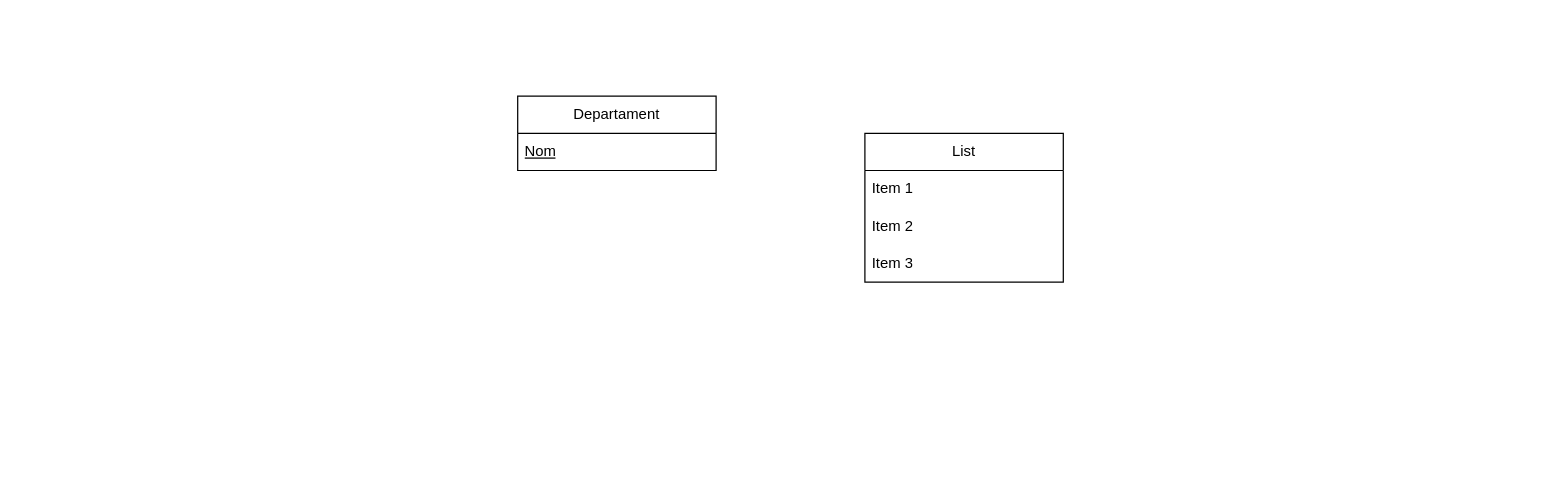
gxldnn/edt keeps this draw.io diagram as 0377-ASGBD (M10)/Projectes.drawio. Above is the earlier version. Source tidied: cells renumbered, new cells numbered last; positions are measured from the earlier drawing's top-left corner, leaving out a move shared by most shapes. Both pictures are drawn from the tidied source at 124%, with x=0, y=0 at pixel (517, 95).
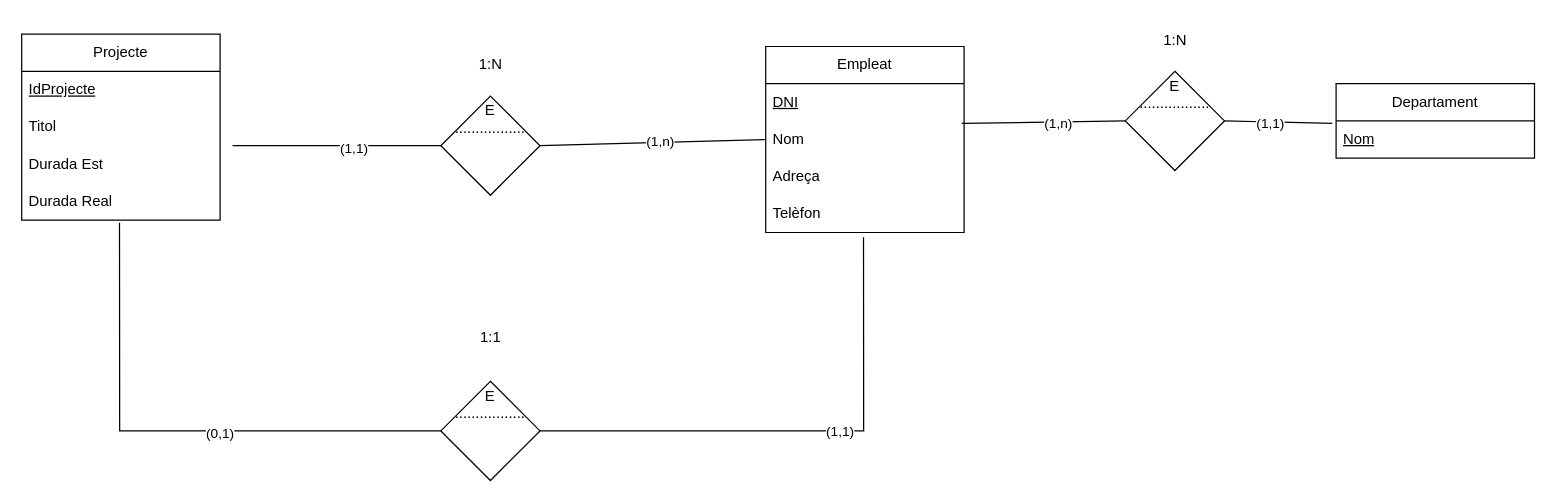
After the change.

Unchanged cells that the change refers to:
```xml
<mxCell id="3" value="&lt;u&gt;Nom&lt;/u&gt;" style="text;strokeColor=none;fillColor=none;align=left;verticalAlign=middle;spacingLeft=4;spacingRight=4;overflow=hidden;points=[[0,0.5],[1,0.5]];portConstraint=eastwest;whiteSpace=wrap;html=1;" parent="2" vertex="1">
  <mxGeometry y="30" width="160" height="30" as="geometry" />
</mxCell>
```

Change to the diagram source:
```diff
@@
     <mxCell id="2" value="Departament" style="swimlane;fontStyle=0;horizontal=1;startSize=30;whiteSpace=wrap;html=1;" parent="1" vertex="1">
-      <mxGeometry width="160" height="60" as="geometry" />
+      <mxGeometry x="660" y="-10" width="160" height="60" as="geometry" />
     </mxCell>
@@
-    <mxCell id="4" value="List" style="swimlane;fontStyle=0;horizontal=1;startSize=30;whiteSpace=wrap;html=1;" parent="1" vertex="1">
-      <mxGeometry x="280" y="30" width="160" height="120" as="geometry" />
+    <mxCell id="4" value="Empleat" style="swimlane;fontStyle=0;horizontal=1;startSize=30;whiteSpace=wrap;html=1;" parent="1" vertex="1">
+      <mxGeometry x="200" y="-40" width="160" height="150" as="geometry" />
     </mxCell>
-    <mxCell id="5" value="Item 1" style="text;strokeColor=none;fillColor=none;align=left;verticalAlign=middle;spacingLeft=4;spacingRight=4;overflow=hidden;points=[[0,0.5],[1,0.5]];portConstraint=eastwest;whiteSpace=wrap;html=1;" parent="4" vertex="1">
+    <mxCell id="5" value="&lt;u&gt;DNI&lt;/u&gt;" style="text;strokeColor=none;fillColor=none;align=left;verticalAlign=middle;spacingLeft=4;spacingRight=4;overflow=hidden;points=[[0,0.5],[1,0.5]];portConstraint=eastwest;whiteSpace=wrap;html=1;" parent="4" vertex="1">
       <mxGeometry y="30" width="160" height="30" as="geometry" />
     </mxCell>
-    <mxCell id="6" value="Item 2" style="text;strokeColor=none;fillColor=none;align=left;verticalAlign=middle;spacingLeft=4;spacingRight=4;overflow=hidden;points=[[0,0.5],[1,0.5]];portConstraint=eastwest;whiteSpace=wrap;html=1;" parent="4" vertex="1">
+    <mxCell id="6" value="Nom" style="text;strokeColor=none;fillColor=none;align=left;verticalAlign=middle;spacingLeft=4;spacingRight=4;overflow=hidden;points=[[0,0.5],[1,0.5]];portConstraint=eastwest;whiteSpace=wrap;html=1;" parent="4" vertex="1">
       <mxGeometry y="60" width="160" height="30" as="geometry" />
     </mxCell>
-    <mxCell id="7" value="Item 3" style="text;strokeColor=none;fillColor=none;align=left;verticalAlign=middle;spacingLeft=4;spacingRight=4;overflow=hidden;whiteSpace=wrap;html=1;" parent="4" vertex="1">
+    <mxCell id="7" value="Adreça" style="text;strokeColor=none;fillColor=none;align=left;verticalAlign=middle;spacingLeft=4;spacingRight=4;overflow=hidden;whiteSpace=wrap;html=1;" parent="4" vertex="1">
       <mxGeometry y="90" width="160" height="30" as="geometry" />
     </mxCell>
+    <mxCell id="8" value="Telèfon" style="text;strokeColor=none;fillColor=none;align=left;verticalAlign=middle;spacingLeft=4;spacingRight=4;overflow=hidden;points=[[0,0.5],[1,0.5]];portConstraint=eastwest;whiteSpace=wrap;html=1;" parent="4" vertex="1">
+      <mxGeometry y="120" width="160" height="30" as="geometry" />
+    </mxCell>
+    <mxCell id="9" style="endArrow=none;html=1;rounded=0;exitX=0.988;exitY=1.067;exitDx=0;exitDy=0;exitPerimeter=0;entryX=0;entryY=0.5;entryDx=0;entryDy=0;" parent="1" edge="1" source="5" target="14">
+      <mxGeometry relative="1" as="geometry" />
+    </mxCell>
+    <mxCell id="10" value="(1,n)" style="edgeLabel;html=1;align=center;verticalAlign=middle;" parent="9" vertex="1">
+      <mxGeometry x="0.16" y="-1" relative="1" as="geometry" />
+    </mxCell>
+    <mxCell id="11" style="endArrow=none;html=1;rounded=0;exitX=-0.019;exitY=0.067;exitDx=0;exitDy=0;exitPerimeter=0;" parent="1" edge="1" source="3">
+      <mxGeometry relative="1" as="geometry">
+        <mxPoint x="570" y="20" as="targetPoint" />
+      </mxGeometry>
+    </mxCell>
+    <mxCell id="12" value="(1,1)" style="edgeLabel;html=1;align=center;verticalAlign=middle;" parent="11" vertex="1">
+      <mxGeometry x="-0.24" relative="1" as="geometry">
+        <mxPoint x="-17" as="offset" />
+      </mxGeometry>
+    </mxCell>
+    <mxCell id="13" style="group;" parent="1" vertex="1">
+      <mxGeometry x="490" y="-60" width="80" height="120" as="geometry" />
+    </mxCell>
+    <mxCell id="14" value="E&lt;div&gt;.................&lt;/div&gt;&lt;div&gt;&lt;br&gt;&lt;/div&gt;&lt;div&gt;&lt;br&gt;&lt;/div&gt;&lt;div&gt;&lt;br&gt;&lt;/div&gt;" style="rhombus;whiteSpace=wrap;html=1;" parent="13" vertex="1">
+      <mxGeometry y="40" width="80" height="80" as="geometry" />
+    </mxCell>
+    <mxCell id="15" value="1:N" style="text;html=1;align=center;verticalAlign=middle;strokeColor=none;fillColor=none;" parent="13" vertex="1">
+      <mxGeometry x="20" width="40" height="30" as="geometry" />
+    </mxCell>
+    <mxCell id="16" value="Projecte" style="swimlane;fontStyle=0;horizontal=1;startSize=30;whiteSpace=wrap;html=1;" parent="1" vertex="1">
+      <mxGeometry x="-400" y="-50" width="160" height="150" as="geometry" />
+    </mxCell>
+    <mxCell id="17" value="&lt;u&gt;IdProjecte&lt;/u&gt;" style="text;strokeColor=none;fillColor=none;align=left;verticalAlign=middle;spacingLeft=4;spacingRight=4;overflow=hidden;whiteSpace=wrap;html=1;" parent="16" vertex="1">
+      <mxGeometry y="30" width="160" height="30" as="geometry" />
+    </mxCell>
+    <mxCell id="18" value="Titol" style="text;strokeColor=none;fillColor=none;align=left;verticalAlign=middle;spacingLeft=4;spacingRight=4;overflow=hidden;points=[[0,0.5],[1,0.5]];portConstraint=eastwest;whiteSpace=wrap;html=1;" parent="16" vertex="1">
+      <mxGeometry y="60" width="160" height="30" as="geometry" />
+    </mxCell>
+    <mxCell id="19" value="Durada Est" style="text;strokeColor=none;fillColor=none;align=left;verticalAlign=middle;spacingLeft=4;spacingRight=4;overflow=hidden;whiteSpace=wrap;html=1;" parent="16" vertex="1">
+      <mxGeometry y="90" width="160" height="30" as="geometry" />
+    </mxCell>
+    <mxCell id="20" value="Durada Real" style="text;strokeColor=none;fillColor=none;align=left;verticalAlign=middle;spacingLeft=4;spacingRight=4;overflow=hidden;points=[[0,0.5],[1,0.5]];portConstraint=eastwest;whiteSpace=wrap;html=1;" parent="16" vertex="1">
+      <mxGeometry y="120" width="160" height="30" as="geometry" />
+    </mxCell>
+    <mxCell id="21" style="endArrow=none;html=1;rounded=0;exitX=1.063;exitY=1;exitDx=0;exitDy=0;exitPerimeter=0;entryX=0;entryY=0.5;entryDx=0;entryDy=0;" parent="1" edge="1" source="18" target="25">
+      <mxGeometry relative="1" as="geometry" />
+    </mxCell>
+    <mxCell id="22" value="(1,1)" style="edgeLabel;html=1;align=center;verticalAlign=middle;" parent="21" vertex="1">
+      <mxGeometry x="0.16" y="-1" relative="1" as="geometry" />
+    </mxCell>
+    <mxCell id="23" style="endArrow=none;html=1;rounded=0;exitX=0;exitY=0.5;exitDx=0;exitDy=0;" parent="1" edge="1" source="6">
+      <mxGeometry relative="1" as="geometry">
+        <mxPoint x="18" y="40" as="targetPoint" />
+      </mxGeometry>
+    </mxCell>
+    <mxCell id="24" value="(1,n)" style="edgeLabel;html=1;align=center;verticalAlign=middle;" parent="23" vertex="1">
+      <mxGeometry x="-0.24" relative="1" as="geometry">
+        <mxPoint x="-17" as="offset" />
+      </mxGeometry>
+    </mxCell>
+    <mxCell id="25" value="E&lt;div&gt;.................&lt;/div&gt;&lt;div&gt;&lt;br&gt;&lt;/div&gt;&lt;div&gt;&lt;br&gt;&lt;/div&gt;&lt;div&gt;&lt;br&gt;&lt;/div&gt;" style="rhombus;whiteSpace=wrap;html=1;" parent="1" vertex="1">
+      <mxGeometry x="-62" width="80" height="80" as="geometry" />
+    </mxCell>
+    <mxCell id="26" value="1:N" style="text;html=1;align=center;verticalAlign=middle;strokeColor=none;fillColor=none;" parent="1" vertex="1">
+      <mxGeometry x="-42" y="-40" width="40" height="30" as="geometry" />
+    </mxCell>
+    <mxCell id="27" style="endArrow=none;html=1;rounded=0;exitX=0.493;exitY=1.068;exitDx=0;exitDy=0;exitPerimeter=0;entryX=0;entryY=0.5;entryDx=0;entryDy=0;" parent="1" edge="1" source="20" target="31">
+      <mxGeometry relative="1" as="geometry">
+        <Array as="points">
+          <mxPoint x="-321" y="270" />
+        </Array>
+      </mxGeometry>
+    </mxCell>
+    <mxCell id="28" value="(0,1)" style="edgeLabel;html=1;align=center;verticalAlign=middle;" parent="27" vertex="1">
+      <mxGeometry x="0.16" y="-1" relative="1" as="geometry" />
+    </mxCell>
+    <mxCell id="29" style="endArrow=none;html=1;rounded=0;exitX=0.493;exitY=1.125;exitDx=0;exitDy=0;exitPerimeter=0;entryX=1;entryY=0.5;entryDx=0;entryDy=0;" parent="1" edge="1" source="8" target="31">
+      <mxGeometry relative="1" as="geometry">
+        <Array as="points">
+          <mxPoint x="279" y="270" />
+        </Array>
+      </mxGeometry>
+    </mxCell>
+    <mxCell id="30" value="(1,1)" style="edgeLabel;html=1;align=center;verticalAlign=middle;" parent="29" vertex="1">
+      <mxGeometry x="-0.24" relative="1" as="geometry">
+        <mxPoint x="-17" as="offset" />
+      </mxGeometry>
+    </mxCell>
+    <mxCell id="31" value="E&lt;div&gt;.................&lt;/div&gt;&lt;div&gt;&lt;br&gt;&lt;/div&gt;&lt;div&gt;&lt;br&gt;&lt;/div&gt;&lt;div&gt;&lt;br&gt;&lt;/div&gt;" style="rhombus;whiteSpace=wrap;html=1;" parent="1" vertex="1">
+      <mxGeometry x="-62" y="230" width="80" height="80" as="geometry" />
+    </mxCell>
+    <mxCell id="32" value="1:1" style="text;html=1;align=center;verticalAlign=middle;strokeColor=none;fillColor=none;" parent="1" vertex="1">
+      <mxGeometry x="-42" y="180" width="40" height="30" as="geometry" />
+    </mxCell>
```
